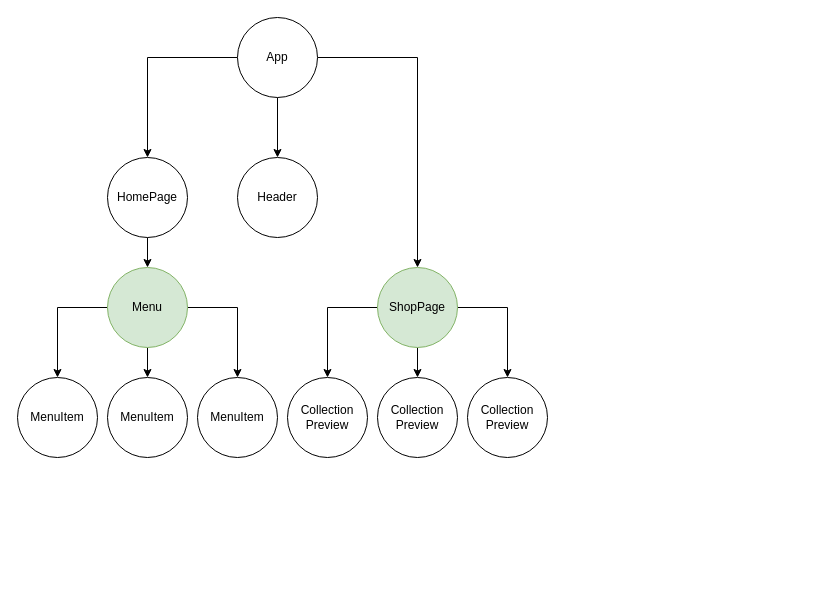
Above: state_diagram.drawio in kaung-minkhant/crwn-clothing (draw.io), before the change. Source tidied: cells renumbered, new cells numbered last; positions are measured from the earlier drawing's top-left corner, leaving out a move shared by most shapes. Both pictures are drawn from the tidied source at 100%, with x=0, y=0 at pixel (17, 17).
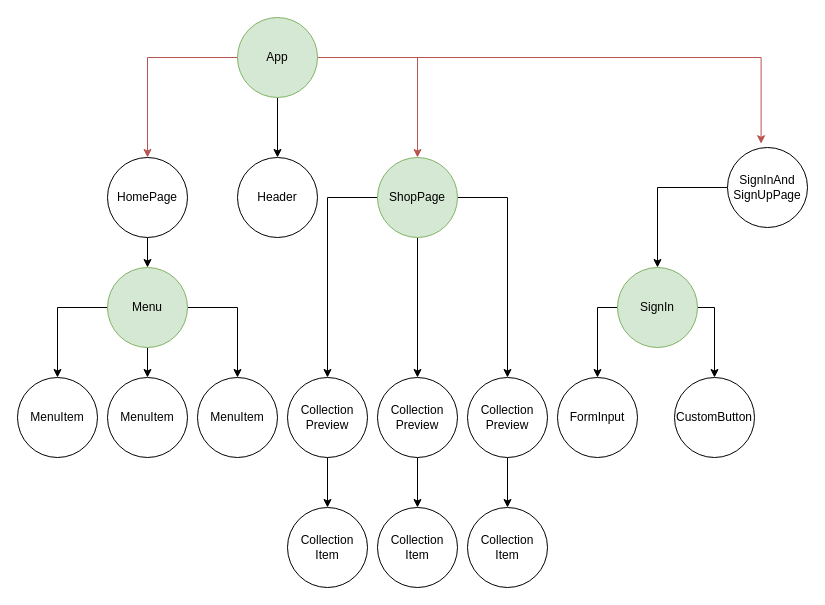
The same page after the edit.

Unchanged cells that the change refers to:
```xml
<mxCell id="7" value="HomePage" style="ellipse;whiteSpace=wrap;html=1;" parent="1" vertex="1">
  <mxGeometry x="90" y="140" width="80" height="80" as="geometry" />
</mxCell>
<mxCell id="19" value="Collection&lt;br&gt;Preview" style="ellipse;whiteSpace=wrap;html=1;" parent="1" vertex="1">
  <mxGeometry x="270" y="360" width="80" height="80" as="geometry" />
</mxCell>
<mxCell id="20" value="Collection&lt;br&gt;Preview" style="ellipse;whiteSpace=wrap;html=1;" parent="1" vertex="1">
  <mxGeometry x="360" y="360" width="80" height="80" as="geometry" />
</mxCell>
<mxCell id="21" value="Collection&lt;br&gt;Preview" style="ellipse;whiteSpace=wrap;html=1;" parent="1" vertex="1">
  <mxGeometry x="450" y="360" width="80" height="80" as="geometry" />
</mxCell>
```

The edit, as a diff of the source:
```diff
@@
-    <mxCell id="2" style="edgeStyle=orthogonalEdgeStyle;rounded=0;jettySize=auto;html=1;" parent="1" edge="1" source="5" target="7">
+    <mxCell id="2" style="edgeStyle=orthogonalEdgeStyle;rounded=0;jettySize=auto;html=1;fillColor=#f8cecc;strokeColor=#b85450;" parent="1" edge="1" source="5" target="7">
       <mxGeometry relative="1" as="geometry" />
     </mxCell>
-    <mxCell id="3" style="edgeStyle=orthogonalEdgeStyle;rounded=0;jettySize=auto;html=1;entryX=0.5;entryY=0;entryDx=0;entryDy=0;" parent="1" edge="1" source="5" target="18">
+    <mxCell id="3" style="edgeStyle=orthogonalEdgeStyle;rounded=0;jettySize=auto;html=1;entryX=0.5;entryY=0;entryDx=0;entryDy=0;fillColor=#f8cecc;strokeColor=#b85450;" parent="1" edge="1" source="5" target="18">
       <mxGeometry relative="1" as="geometry" />
     </mxCell>
@@
+    <mxCell id="23" style="edgeStyle=orthogonalEdgeStyle;rounded=0;jettySize=auto;html=1;entryX=0.42;entryY=-0.047;entryDx=0;entryDy=0;entryPerimeter=0;fillColor=#f8cecc;strokeColor=#b85450;" parent="1" edge="1" source="5" target="28">
+      <mxGeometry relative="1" as="geometry" />
+    </mxCell>
-    <mxCell id="5" value="App" style="ellipse;whiteSpace=wrap;html=1;" parent="1" vertex="1">
+    <mxCell id="5" value="App" style="ellipse;whiteSpace=wrap;html=1;fillColor=#d5e8d4;strokeColor=#82b366;" parent="1" vertex="1">
       <mxGeometry x="220" width="80" height="80" as="geometry" />
     </mxCell>
@@
     <mxCell id="18" value="ShopPage" style="ellipse;whiteSpace=wrap;html=1;fillColor=#d5e8d4;strokeColor=#82b366;" parent="1" vertex="1">
-      <mxGeometry x="360" y="250" width="80" height="80" as="geometry" />
+      <mxGeometry x="360" y="140" width="80" height="80" as="geometry" />
     </mxCell>
+    <mxCell id="24" style="edgeStyle=orthogonalEdgeStyle;rounded=0;jettySize=auto;html=1;entryX=0.5;entryY=0;entryDx=0;entryDy=0;" parent="1" edge="1" source="19" target="34">
+      <mxGeometry relative="1" as="geometry" />
+    </mxCell>
@@
+    <mxCell id="25" style="edgeStyle=orthogonalEdgeStyle;rounded=0;jettySize=auto;html=1;entryX=0.5;entryY=0;entryDx=0;entryDy=0;" parent="1" edge="1" source="20" target="35">
+      <mxGeometry relative="1" as="geometry" />
+    </mxCell>
@@
+    <mxCell id="26" style="edgeStyle=orthogonalEdgeStyle;rounded=0;jettySize=auto;html=1;entryX=0.5;entryY=0;entryDx=0;entryDy=0;" parent="1" edge="1" source="21" target="36">
+      <mxGeometry relative="1" as="geometry" />
+    </mxCell>
@@
+    <mxCell id="27" style="edgeStyle=orthogonalEdgeStyle;rounded=0;jettySize=auto;html=1;entryX=0.5;entryY=0;entryDx=0;entryDy=0;" parent="1" edge="1" source="28" target="31">
+      <mxGeometry relative="1" as="geometry" />
+    </mxCell>
+    <mxCell id="28" value="SignInAnd&lt;br&gt;SignUpPage" style="ellipse;whiteSpace=wrap;html=1;" parent="1" vertex="1">
+      <mxGeometry x="710" y="130" width="80" height="80" as="geometry" />
+    </mxCell>
+    <mxCell id="29" style="edgeStyle=orthogonalEdgeStyle;rounded=0;jettySize=auto;html=1;entryX=0.5;entryY=0;entryDx=0;entryDy=0;" parent="1" edge="1" source="31" target="32">
+      <mxGeometry relative="1" as="geometry">
+        <Array as="points">
+          <mxPoint x="580" y="290" />
+        </Array>
+      </mxGeometry>
+    </mxCell>
+    <mxCell id="30" style="edgeStyle=orthogonalEdgeStyle;rounded=0;jettySize=auto;html=1;entryX=0.5;entryY=0;entryDx=0;entryDy=0;" parent="1" edge="1" source="31" target="33">
+      <mxGeometry relative="1" as="geometry">
+        <Array as="points">
+          <mxPoint x="697" y="290" />
+        </Array>
+      </mxGeometry>
+    </mxCell>
+    <mxCell id="31" value="SignIn" style="ellipse;whiteSpace=wrap;html=1;fillColor=#d5e8d4;strokeColor=#82b366;" parent="1" vertex="1">
+      <mxGeometry x="600" y="250" width="80" height="80" as="geometry" />
+    </mxCell>
+    <mxCell id="32" value="FormInput" style="ellipse;whiteSpace=wrap;html=1;" parent="1" vertex="1">
+      <mxGeometry x="540" y="360" width="80" height="80" as="geometry" />
+    </mxCell>
+    <mxCell id="33" value="CustomButton" style="ellipse;whiteSpace=wrap;html=1;" parent="1" vertex="1">
+      <mxGeometry x="657" y="360" width="80" height="80" as="geometry" />
+    </mxCell>
+    <mxCell id="34" value="Collection&lt;br&gt;Item" style="ellipse;whiteSpace=wrap;html=1;" parent="1" vertex="1">
+      <mxGeometry x="270" y="490" width="80" height="80" as="geometry" />
+    </mxCell>
+    <mxCell id="35" value="Collection&lt;br&gt;Item" style="ellipse;whiteSpace=wrap;html=1;" parent="1" vertex="1">
+      <mxGeometry x="360" y="490" width="80" height="80" as="geometry" />
+    </mxCell>
+    <mxCell id="36" value="Collection&lt;br&gt;Item" style="ellipse;whiteSpace=wrap;html=1;" parent="1" vertex="1">
+      <mxGeometry x="450" y="490" width="80" height="80" as="geometry" />
+    </mxCell>
```
